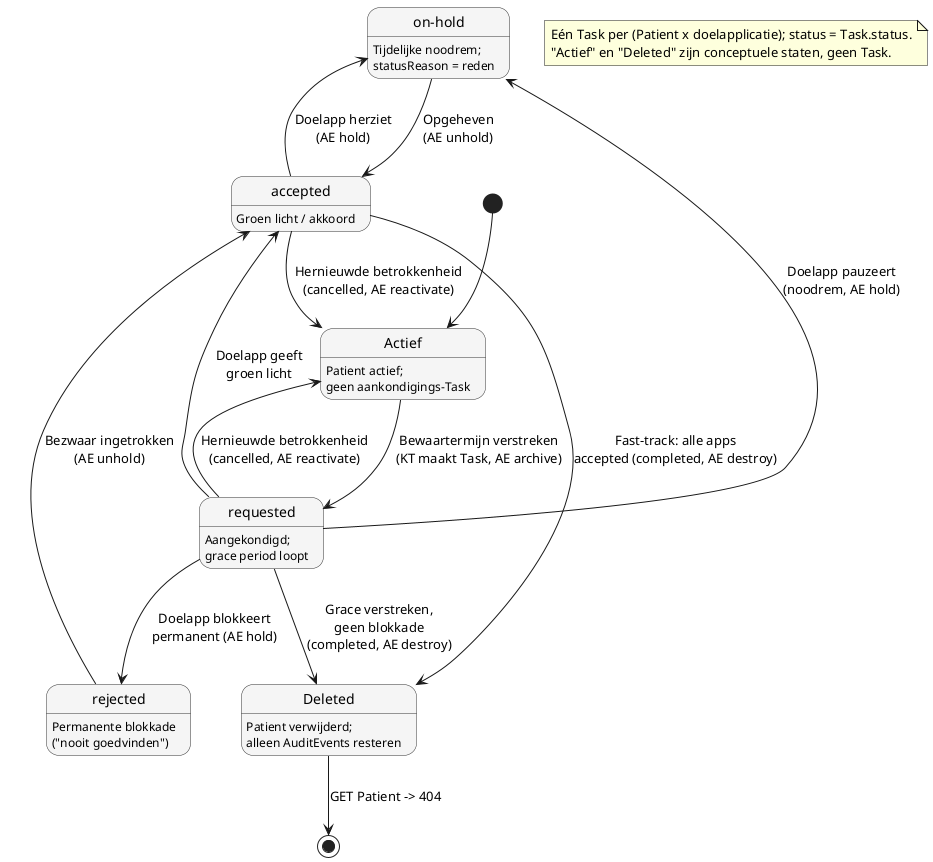
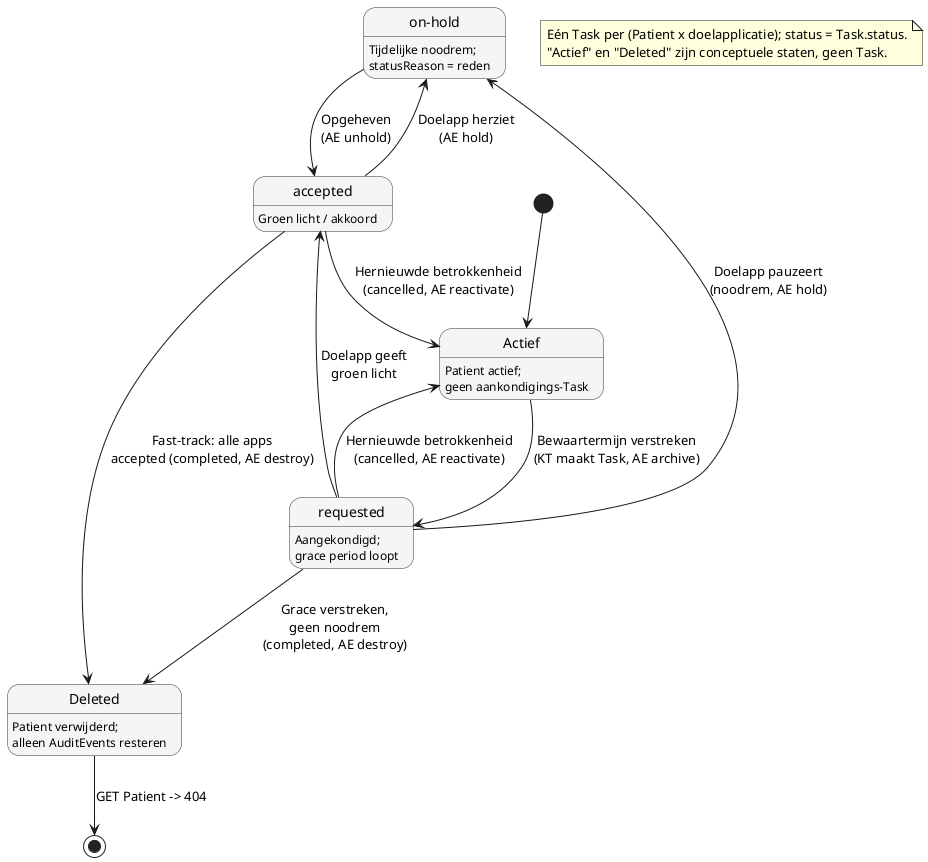
@startuml opschoning-patient-data-tasklifecycle

skinparam state {
  BackgroundColor #f5f5f5
  BorderColor #333333
}

state "on-hold" as on_hold

note as N1
  Eén Task per (Patient x doelapplicatie); status = Task.status.
  "Actief" en "Deleted" zijn conceptuele staten, geen Task.
end note

[*] --> Actief
Actief : Patient actief;\ngeen aankondigings-Task
Actief --> requested : Bewaartermijn verstreken\n(KT maakt Task, AE archive)

requested : Aangekondigd;\ngrace period loopt
requested --> on_hold : Doelapp pauzeert\n(noodrem, AE hold)
- requested --> rejected : Doelapp blokkeert\npermanent (AE hold)
requested --> accepted : Doelapp geeft\ngroen licht

on_hold : Tijdelijke noodrem;\nstatusReason = reden
on_hold --> accepted : Opgeheven\n(AE unhold)

accepted : Groen licht / akkoord
accepted --> on_hold : Doelapp herziet\n(AE hold)

- rejected : Permanente blokkade\n("nooit goedvinden")
- rejected --> accepted : Bezwaar ingetrokken\n(AE unhold)
- 
requested --> Actief : Hernieuwde betrokkenheid\n(cancelled, AE reactivate)
accepted --> Actief : Hernieuwde betrokkenheid\n(cancelled, AE reactivate)

- requested --> Deleted : Grace verstreken,\ngeen blokkade\n(completed, AE destroy)
+ requested --> Deleted : Grace verstreken,\ngeen noodrem\n(completed, AE destroy)
accepted --> Deleted : Fast-track: alle apps\naccepted (completed, AE destroy)

Deleted : Patient verwijderd;\nalleen AuditEvents resteren
Deleted --> [*] : GET Patient -> 404

@enduml
